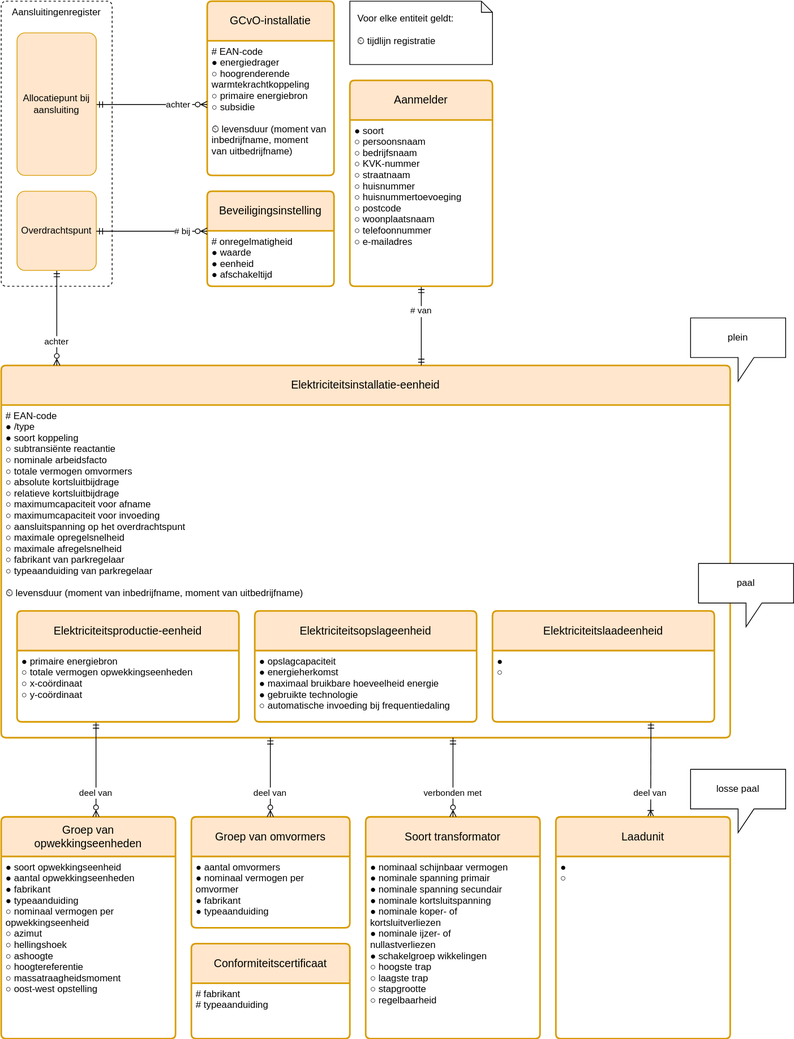
This is registers/installatieregister/1.1/installatieregister.drawio.svg from Netbeheer-Nederland/stelsel, a draw.io export, as it was before one commit. Source tidied: cells renumbered, new cells last; positions are measured from the earlier drawing's top-left corner, leaving out a move shared by most shapes.
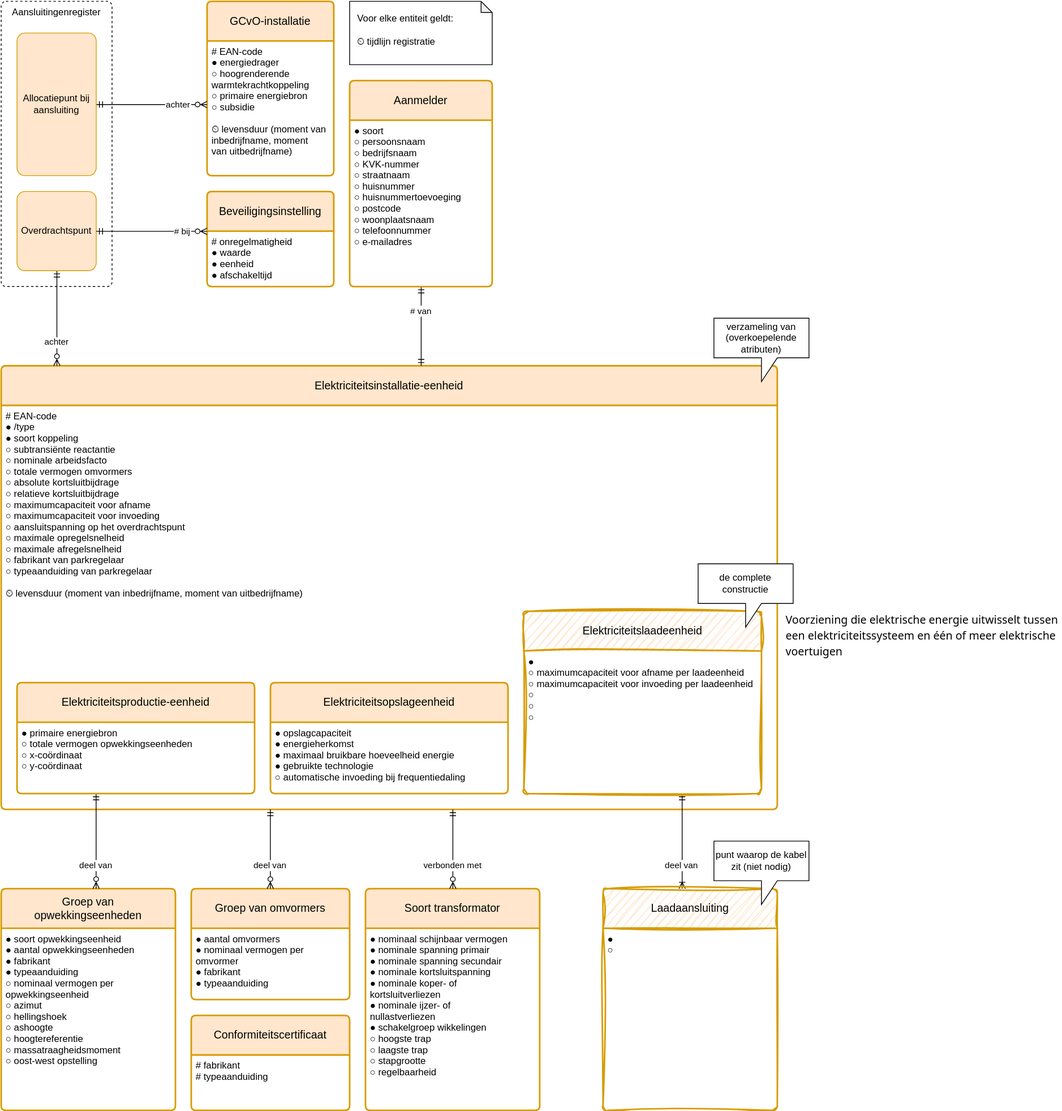
Later version of the same file.

Commit message:
Add Elektriciteitslaadeenheid entity to installation register

- Updated the installation register to version "1.1-draft".
- Introduced the entity `Elektriciteitslaadeenheid` with appropriate mappings and attributes.

Change to the diagram source:
```diff
@@ -15,19 +15,19 @@
       <mxGeometry x="-0.73" relative="1" as="geometry" />
     </mxCell>
     <mxCell id="6" value="Elektriciteitsinstallatie-eenheid" style="swimlane;horizontal=1;startSize=50;rounded=1;fontSize=14;fontStyle=0;strokeWidth=2;shadow=0;dashed=0;align=center;fillColor=#ffe6cc;strokeColor=#d79b00;arcSize=4;whiteSpace=wrap;spacing=10;" parent="1" vertex="1">
-      <mxGeometry y="460" width="920" height="470" as="geometry" />
+      <mxGeometry y="460" width="980" height="560" as="geometry" />
     </mxCell>
     <mxCell id="7" value="# EAN-code&#10;● /type&#10;● soort koppeling&#10;○ subtransiënte reactantie&#10;○ nominale arbeidsfacto&#10;○ totale vermogen omvormers&#10;○ absolute kortsluitbijdrage&#10;○ relatieve kortsluitbijdrage&#10;○ maximumcapaciteit voor afname&#10;○ maximumcapaciteit voor invoeding&#10;○ aansluitspanning op het overdrachtspunt&#10;○ maximale opregelsnelheid&#10;○ maximale afregelsnelheid&#10;○ fabrikant van parkregelaar&#10;○ typeaanduiding van parkregelaar&#10;&#10;⏲ levensduur (moment van inbedrijfname, moment van uitbedrijfname)" style="align=left;strokeColor=none;fillColor=none;spacingLeft=4;fontSize=12;verticalAlign=top;fontColor=default;" parent="6" vertex="1">
-      <mxGeometry y="50" width="920" height="420" as="geometry" />
+      <mxGeometry y="50" width="980" height="510" as="geometry" />
     </mxCell>
     <mxCell id="8" value="Groep van opwekkingseenheden" style="swimlane;horizontal=1;startSize=50;rounded=1;fontSize=14;fontStyle=0;strokeWidth=2;shadow=0;dashed=0;align=center;fillColor=#ffe6cc;strokeColor=#d79b00;arcSize=4;whiteSpace=wrap;spacing=10;" parent="1" vertex="1">
-      <mxGeometry y="1030" width="220" height="280" as="geometry" />
+      <mxGeometry y="1120" width="220" height="280" as="geometry" />
     </mxCell>
     <mxCell id="9" value="● soort opwekkingseenheid &#10;● aantal opwekkingseenheden&#10;● fabrikant&#10;● typeaanduiding&#10;○ nominaal vermogen per&#10;   opwekkingseenheid&#10;○ azimut&#10;○ hellingshoek&#10;○ ashoogte&#10;○ hoogtereferentie&#10;○ massatraagheidsmoment&#10;○ oost-west opstelling&#10;" style="align=left;strokeColor=none;fillColor=none;spacingLeft=4;fontSize=12;verticalAlign=top;" parent="8" vertex="1">
       <mxGeometry y="50" width="220" height="230" as="geometry" />
     </mxCell>
     <mxCell id="10" value="Soort transformator" style="swimlane;horizontal=1;startSize=50;rounded=1;fontSize=14;fontStyle=0;strokeWidth=2;shadow=0;dashed=0;align=center;fillColor=#ffe6cc;strokeColor=#d79b00;arcSize=4;whiteSpace=wrap;spacing=10;" parent="1" vertex="1">
-      <mxGeometry x="460" y="1030" width="220" height="280" as="geometry" />
+      <mxGeometry x="460" y="1120" width="220" height="280" as="geometry" />
     </mxCell>
     <mxCell id="11" value="● nominaal schijnbaar vermogen&#10;● nominale spanning primair&#10;● nominale spanning secundair&#10;● nominale kortsluitspanning&#10;● nominale koper- of&#10;   kortsluitverliezen&#10;● nominale ijzer- of&#10;   nullastverliezen&#10;● schakelgroep wikkelingen&#10;○ hoogste trap&#10;○ laagste trap&#10;○ stapgrootte&#10;○ regelbaarheid" style="align=left;strokeColor=none;fillColor=none;spacingLeft=4;fontSize=12;verticalAlign=top;" parent="10" vertex="1">
       <mxGeometry y="50" width="220" height="230" as="geometry" />
@@ -36,16 +36,16 @@
       <mxGeometry x="0.5" relative="1" as="geometry" />
     </mxCell>
     <mxCell id="13" value="Elektriciteitsproductie-eenheid" style="swimlane;horizontal=1;startSize=50;rounded=1;fontSize=14;fontStyle=0;strokeWidth=2;shadow=0;dashed=0;align=center;fillColor=#ffe6cc;strokeColor=#d79b00;arcSize=4;whiteSpace=wrap;spacing=10;" parent="1" vertex="1">
-      <mxGeometry x="20" y="770" width="280" height="140" as="geometry" />
+      <mxGeometry x="20" y="860" width="300" height="140" as="geometry" />
     </mxCell>
     <mxCell id="14" value="● primaire energiebron&#10;○ totale vermogen opwekkingseenheden&#10;○ x-coördinaat&#10;○ y-coördinaat" style="align=left;strokeColor=none;fillColor=none;spacingLeft=4;fontSize=12;verticalAlign=top;" parent="13" vertex="1">
-      <mxGeometry y="50" width="280" height="90" as="geometry" />
+      <mxGeometry y="50" width="300" height="90" as="geometry" />
     </mxCell>
     <mxCell id="15" value="Elektriciteitsopslageenheid" style="swimlane;horizontal=1;startSize=50;rounded=1;fontSize=14;fontStyle=0;strokeWidth=2;shadow=0;dashed=0;align=center;fillColor=#ffe6cc;strokeColor=#d79b00;arcSize=4;whiteSpace=wrap;spacing=10;" parent="1" vertex="1">
-      <mxGeometry x="320" y="770" width="280" height="140" as="geometry" />
+      <mxGeometry x="340" y="860" width="300" height="140" as="geometry" />
     </mxCell>
     <mxCell id="16" value="● opslagcapaciteit&#10;● energieherkomst&#10;● maximaal bruikbare hoeveelheid energie&#10;● gebruikte technologie&#10;○ automatische invoeding bij frequentiedaling" style="align=left;strokeColor=none;fillColor=none;spacingLeft=4;fontSize=12;verticalAlign=top;fontStyle=0;" parent="15" vertex="1">
-      <mxGeometry y="50" width="280" height="90" as="geometry" />
+      <mxGeometry y="50" width="300" height="90" as="geometry" />
     </mxCell>
     <mxCell id="17" style="edgeStyle=none;entryX=0;entryY=0;entryDx=0;entryDy=0;" parent="15" edge="1" source="15" target="16">
       <mxGeometry relative="1" as="geometry" />
@@ -57,7 +57,7 @@
       <mxGeometry x="20" y="240" width="100" height="100" as="geometry" />
     </mxCell>
     <mxCell id="20" value="Conformiteitscertificaat" style="swimlane;horizontal=1;startSize=50;rounded=1;fontSize=14;fontStyle=0;strokeWidth=2;shadow=0;dashed=0;align=center;fillColor=#ffe6cc;strokeColor=#d79b00;arcSize=4;whiteSpace=wrap;spacing=10;" parent="1" vertex="1">
-      <mxGeometry x="240" y="1190" width="200" height="120" as="geometry" />
+      <mxGeometry x="240" y="1280" width="200" height="120" as="geometry" />
     </mxCell>
     <mxCell id="21" value="# fabrikant&#10;# typeaanduiding" style="align=left;strokeColor=none;fillColor=none;spacingLeft=4;fontSize=12;verticalAlign=top;" parent="20" vertex="1">
       <mxGeometry y="50" width="200" height="70" as="geometry" />
@@ -75,7 +75,7 @@
       <mxGeometry x="0.73" relative="1" as="geometry" />
     </mxCell>
     <mxCell id="26" value="Groep van omvormers" style="swimlane;horizontal=1;startSize=50;rounded=1;fontSize=14;fontStyle=0;strokeWidth=2;shadow=0;dashed=0;align=center;fillColor=#ffe6cc;strokeColor=#d79b00;arcSize=4;whiteSpace=wrap;spacing=10;" parent="1" vertex="1">
-      <mxGeometry x="240" y="1030" width="200" height="140" as="geometry" />
+      <mxGeometry x="240" y="1120" width="200" height="140" as="geometry" />
     </mxCell>
     <mxCell id="27" value="● aantal omvormers&#10;● nominaal vermogen per&#10;   omvormer&#10;● fabrikant&#10;● typeaanduiding" style="align=left;strokeColor=none;fillColor=none;spacingLeft=4;fontSize=12;verticalAlign=top;" parent="26" vertex="1">
       <mxGeometry y="50" width="200" height="90" as="geometry" />
@@ -98,40 +98,40 @@
     <mxCell id="33" value="● soort &#10;○ persoonsnaam &#10;○ bedrijfsnaam&#10;○ KVK-nummer&#10;○ straatnaam&#10;○ huisnummer&#10;○ huisnummertoevoeging&#10;○ postcode&#10;○ woonplaatsnaam&#10;○ telefoonnummer&#10;○ e-mailadres" style="align=left;strokeColor=none;fillColor=none;spacingLeft=4;fontSize=12;verticalAlign=top;" parent="32" vertex="1">
       <mxGeometry y="50" width="180" height="210" as="geometry" />
     </mxCell>
-    <mxCell id="34" style="edgeStyle=elbowEdgeStyle;html=1;endArrow=ERoneToMany;endFill=0;startArrow=ERmandOne;startFill=0;exitX=0.431;exitY=1;exitDx=0;exitDy=0;exitPerimeter=0;" parent="1" edge="1">
-      <mxGeometry relative="1" as="geometry">
-        <mxPoint x="820" y="910" as="sourcePoint" />
-        <mxPoint x="820.1" y="1030" as="targetPoint" />
-      </mxGeometry>
+    <mxCell id="34" style="edgeStyle=elbowEdgeStyle;html=1;endArrow=ERoneToMany;endFill=0;startArrow=ERmandOne;startFill=0;" parent="1" edge="1" source="38" target="36">
+      <mxGeometry relative="1" as="geometry" />
     </mxCell>
     <mxCell id="35" value="deel van" style="edgeLabel;align=center;verticalAlign=middle;" parent="34" vertex="1">
       <mxGeometry x="0.16" y="-1" relative="1" as="geometry">
         <mxPoint y="20" as="offset" />
       </mxGeometry>
     </mxCell>
-    <mxCell id="36" value="Laadunit" style="swimlane;horizontal=1;startSize=50;rounded=1;fontSize=14;fontStyle=0;strokeWidth=2;shadow=0;dashed=0;align=center;fillColor=#ffe6cc;strokeColor=#d79b00;arcSize=4;whiteSpace=wrap;spacing=10;" parent="1" vertex="1">
-      <mxGeometry x="700" y="1030" width="220" height="280" as="geometry" />
+    <mxCell id="36" value="Laadaansluiting" style="swimlane;horizontal=1;startSize=50;rounded=1;fontSize=14;fontStyle=0;strokeWidth=2;shadow=0;dashed=0;align=center;fillColor=#ffe6cc;strokeColor=#d79b00;arcSize=4;whiteSpace=wrap;spacing=10;sketch=1;curveFitting=1;jiggle=2;" parent="1" vertex="1">
+      <mxGeometry x="760" y="1120" width="220" height="280" as="geometry" />
     </mxCell>
     <mxCell id="37" value="● &#10;○ " style="align=left;strokeColor=none;fillColor=none;spacingLeft=4;fontSize=12;verticalAlign=top;" parent="36" vertex="1">
       <mxGeometry y="50" width="220" height="230" as="geometry" />
     </mxCell>
-    <mxCell id="38" value="Elektriciteitslaadeenheid" style="swimlane;horizontal=1;startSize=50;rounded=1;fontSize=14;fontStyle=0;strokeWidth=2;shadow=0;dashed=0;align=center;fillColor=#ffe6cc;strokeColor=#d79b00;arcSize=4;whiteSpace=wrap;spacing=10;" parent="1" vertex="1">
-      <mxGeometry x="620" y="770" width="280" height="140" as="geometry" />
+    <mxCell id="38" value="Elektriciteitslaadeenheid" style="swimlane;horizontal=1;startSize=50;rounded=1;fontSize=14;fontStyle=0;strokeWidth=2;shadow=0;dashed=0;align=center;fillColor=#ffe6cc;strokeColor=#d79b00;arcSize=4;whiteSpace=wrap;spacing=10;sketch=1;curveFitting=1;jiggle=2;" parent="1" vertex="1">
+      <mxGeometry x="660" y="770" width="300" height="230" as="geometry" />
     </mxCell>
-    <mxCell id="39" value="● &#10;○ " style="align=left;strokeColor=none;fillColor=none;spacingLeft=4;fontSize=12;verticalAlign=top;fontStyle=0;" parent="38" vertex="1">
-      <mxGeometry y="50" width="280" height="90" as="geometry" />
+    <mxCell id="39" value="● &#10;○ maximumcapaciteit voor afname per laadeenheid&#10;○ maximumcapaciteit voor invoeding per laadeenheid&#10;○ &#10;○ &#10;○ " style="align=left;strokeColor=none;fillColor=none;spacingLeft=4;fontSize=12;verticalAlign=top;fontStyle=0;" parent="38" vertex="1">
+      <mxGeometry y="50" width="300" height="180" as="geometry" />
     </mxCell>
     <mxCell id="40" style="edgeStyle=none;entryX=0;entryY=0;entryDx=0;entryDy=0;" parent="38" edge="1" source="38" target="39">
       <mxGeometry relative="1" as="geometry" />
     </mxCell>
-    <mxCell id="41" value="plein" style="shape=callout;whiteSpace=wrap;html=1;perimeter=calloutPerimeter;" parent="1" vertex="1">
-      <mxGeometry x="870" y="400" width="120" height="80" as="geometry" />
+    <mxCell id="41" value="verzameling van (overkoepelende atributen)" style="shape=callout;whiteSpace=wrap;html=1;perimeter=calloutPerimeter;" parent="1" vertex="1">
+      <mxGeometry x="900" y="400" width="120" height="80" as="geometry" />
     </mxCell>
-    <mxCell id="42" value="paal" style="shape=callout;whiteSpace=wrap;html=1;perimeter=calloutPerimeter;" parent="1" vertex="1">
+    <mxCell id="42" value="de complete constructie" style="shape=callout;whiteSpace=wrap;html=1;perimeter=calloutPerimeter;" parent="1" vertex="1">
       <mxGeometry x="880" y="710" width="120" height="80" as="geometry" />
     </mxCell>
-    <mxCell id="43" value="losse paal" style="shape=callout;whiteSpace=wrap;html=1;perimeter=calloutPerimeter;" parent="1" vertex="1">
-      <mxGeometry x="870" y="970" width="120" height="80" as="geometry" />
+    <mxCell id="43" value="punt waarop de kabel zit (niet nodig)" style="shape=callout;whiteSpace=wrap;html=1;perimeter=calloutPerimeter;" parent="1" vertex="1">
+      <mxGeometry x="900" y="1060" width="120" height="80" as="geometry" />
     </mxCell>
+    <mxCell id="44" value="&lt;div style=&quot;color: rgb(0, 0, 0); text-align: start; font-family: &amp;quot;Segoe UI&amp;quot;; font-size: 14px; line-height: 20px;&quot;&gt;&lt;div style=&quot;color: rgb(0, 0, 0); line-height: 20px;&quot;&gt;Voorziening die elektrische energie uitwisselt tussen een elektriciteitssysteem en één of meer elektrische voertuigen&lt;/div&gt;&lt;/div&gt;" style="text;html=1;align=center;verticalAlign=middle;whiteSpace=wrap;rounded=0;" parent="1" vertex="1">
+      <mxGeometry x="990" y="770" width="350" height="60" as="geometry" />
+    </mxCell>
   </root>
 </mxGraphModel>
```
